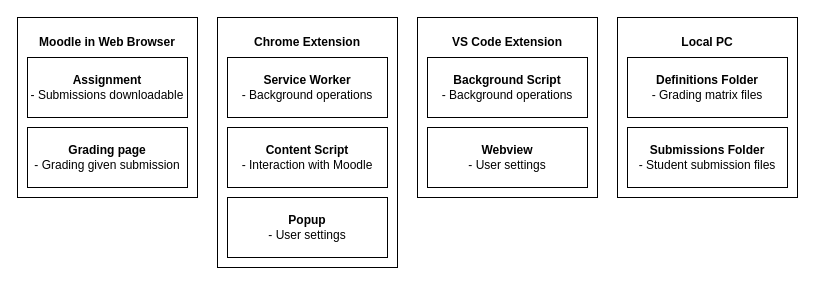
This is docs/diagrams/parts.drawio from leoste/moodle-assignment-checking-helper, a draw.io file, before an edit. Source tidied: cells renumbered, new cells numbered last; positions are measured from the earlier drawing's top-left corner, leaving out a move shared by most shapes. Both pictures are drawn from the tidied source at 100%, with x=0, y=0 at pixel (17, 17).
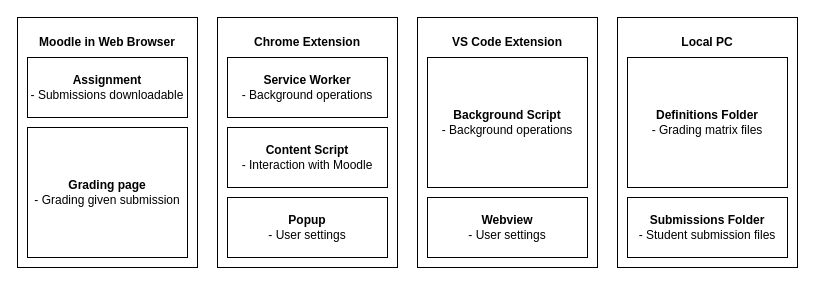
Above is the later version.

Commit message (it also covers changes not shown here):
fix parts diagram

The edit, as a diff of the source:
```diff
@@
 <mxGraphModel>
   <root>
     <mxCell id="0" />
     <mxCell id="1" parent="0" />
     <mxCell id="2" style="rounded=0;whiteSpace=wrap;html=1;" parent="1" vertex="1">
       <mxGeometry x="200" width="180" height="250" as="geometry" />
     </mxCell>
     <mxCell id="3" value="&lt;div&gt;&lt;b&gt;Service Worker&lt;/b&gt;&lt;/div&gt;&lt;div&gt;- Background operations&lt;/div&gt;" style="rounded=0;whiteSpace=wrap;html=1;" parent="1" vertex="1">
       <mxGeometry x="210" y="40" width="160" height="60" as="geometry" />
     </mxCell>
     <mxCell id="4" value="&lt;b&gt;Chrome Extension&lt;/b&gt;" style="text;html=1;whiteSpace=wrap;strokeColor=none;fillColor=none;align=center;verticalAlign=middle;rounded=0;" parent="1" vertex="1">
       <mxGeometry x="210" y="10" width="160" height="30" as="geometry" />
     </mxCell>
     <mxCell id="5" value="&lt;div&gt;&lt;b&gt;Content Script&lt;/b&gt;&lt;/div&gt;&lt;div&gt;- Interaction with Moodle&lt;/div&gt;" style="rounded=0;whiteSpace=wrap;html=1;" parent="1" vertex="1">
       <mxGeometry x="210" y="110" width="160" height="60" as="geometry" />
     </mxCell>
     <mxCell id="6" value="&lt;div&gt;&lt;b&gt;Popup&lt;/b&gt;&lt;/div&gt;&lt;div&gt;- User settings&lt;/div&gt;" style="rounded=0;whiteSpace=wrap;html=1;" parent="1" vertex="1">
       <mxGeometry x="210" y="180" width="160" height="60" as="geometry" />
     </mxCell>
-    <mxCell id="7" style="rounded=0;whiteSpace=wrap;html=1;" parent="1" vertex="1">
-      <mxGeometry x="400" width="180" height="180" as="geometry" />
-    </mxCell>
+    <mxCell id="19" style="rounded=0;whiteSpace=wrap;html=1;" parent="1" vertex="1">
+      <mxGeometry x="400" width="180" height="250" as="geometry" />
+    </mxCell>
     <mxCell id="8" value="&lt;div&gt;&lt;b&gt;Background Script&lt;/b&gt;&lt;/div&gt;&lt;div&gt;- Background operations&lt;/div&gt;" style="rounded=0;whiteSpace=wrap;html=1;" parent="1" vertex="1">
-      <mxGeometry x="410" y="40" width="160" height="60" as="geometry" />
+      <mxGeometry x="410" y="40" width="160" height="130" as="geometry" />
     </mxCell>
     <mxCell id="9" value="&lt;b&gt;VS Code Extension&lt;/b&gt;" style="text;html=1;whiteSpace=wrap;strokeColor=none;fillColor=none;align=center;verticalAlign=middle;rounded=0;" parent="1" vertex="1">
       <mxGeometry x="410" y="10" width="160" height="30" as="geometry" />
     </mxCell>
     <mxCell id="10" value="&lt;div&gt;&lt;b&gt;Webview&lt;/b&gt;&lt;/div&gt;&lt;div&gt;- User settings&lt;/div&gt;" style="rounded=0;whiteSpace=wrap;html=1;" parent="1" vertex="1">
-      <mxGeometry x="410" y="110" width="160" height="60" as="geometry" />
+      <mxGeometry x="410" y="180" width="160" height="60" as="geometry" />
     </mxCell>
-    <mxCell id="11" style="rounded=0;whiteSpace=wrap;html=1;" parent="1" vertex="1">
-      <mxGeometry x="600" width="180" height="180" as="geometry" />
-    </mxCell>
+    <mxCell id="20" style="rounded=0;whiteSpace=wrap;html=1;" parent="1" vertex="1">
+      <mxGeometry x="600" width="180" height="250" as="geometry" />
+    </mxCell>
     <mxCell id="12" value="&lt;div&gt;&lt;b&gt;Definitions Folder&lt;/b&gt;&lt;/div&gt;&lt;div&gt;- Grading matrix files&lt;/div&gt;" style="rounded=0;whiteSpace=wrap;html=1;" parent="1" vertex="1">
-      <mxGeometry x="610" y="40" width="160" height="60" as="geometry" />
+      <mxGeometry x="610" y="40" width="160" height="130" as="geometry" />
     </mxCell>
     <mxCell id="13" value="&lt;b&gt;Local PC&lt;/b&gt;" style="text;html=1;whiteSpace=wrap;strokeColor=none;fillColor=none;align=center;verticalAlign=middle;rounded=0;" parent="1" vertex="1">
       <mxGeometry x="610" y="10" width="160" height="30" as="geometry" />
     </mxCell>
     <mxCell id="14" value="&lt;div&gt;&lt;b&gt;Submissions Folder&lt;/b&gt;&lt;/div&gt;&lt;div&gt;- Student submission files&lt;/div&gt;" style="rounded=0;whiteSpace=wrap;html=1;" parent="1" vertex="1">
-      <mxGeometry x="610" y="110" width="160" height="60" as="geometry" />
+      <mxGeometry x="610" y="180" width="160" height="60" as="geometry" />
     </mxCell>
-    <mxCell id="15" style="rounded=0;whiteSpace=wrap;html=1;" parent="1" vertex="1">
-      <mxGeometry width="180" height="180" as="geometry" />
-    </mxCell>
+    <mxCell id="21" style="rounded=0;whiteSpace=wrap;html=1;" parent="1" vertex="1">
+      <mxGeometry width="180" height="250" as="geometry" />
+    </mxCell>
     <mxCell id="16" value="&lt;div&gt;&lt;b&gt;Assignment&lt;/b&gt;&lt;/div&gt;&lt;div&gt;- Submissions downloadable&lt;/div&gt;" style="rounded=0;whiteSpace=wrap;html=1;" parent="1" vertex="1">
       <mxGeometry x="10" y="40" width="160" height="60" as="geometry" />
     </mxCell>
     <mxCell id="17" value="&lt;b&gt;Moodle in Web Browser&lt;/b&gt;" style="text;html=1;whiteSpace=wrap;strokeColor=none;fillColor=none;align=center;verticalAlign=middle;rounded=0;" parent="1" vertex="1">
       <mxGeometry x="10" y="10" width="160" height="30" as="geometry" />
     </mxCell>
     <mxCell id="18" value="&lt;div&gt;&lt;b&gt;Grading page&lt;/b&gt;&lt;/div&gt;&lt;div&gt;- Grading given submission&lt;/div&gt;" style="rounded=0;whiteSpace=wrap;html=1;" parent="1" vertex="1">
-      <mxGeometry x="10" y="110" width="160" height="60" as="geometry" />
+      <mxGeometry x="10" y="110" width="160" height="130" as="geometry" />
     </mxCell>
   </root>
 </mxGraphModel>
```
